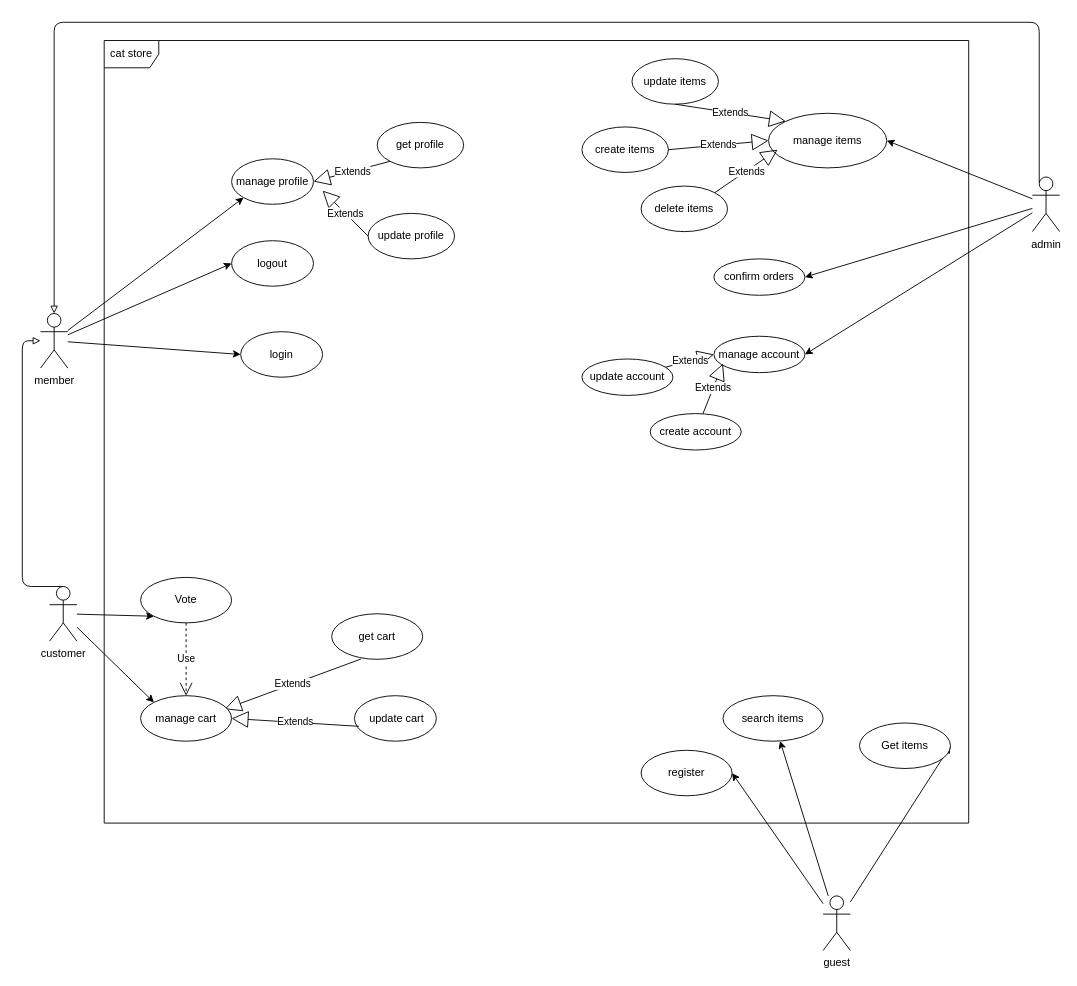
anh0701/cat-store keeps this draw.io diagram as page "use case" (1 of 3) of docs/cat-store.drawio. Above is the earlier version. Source tidied: cells renumbered, new cells numbered last; positions are measured from the earlier drawing's top-left corner, leaving out a move shared by most shapes. Both pictures are drawn from the tidied source at 91%, with x=0, y=0 at pixel (22, 22).
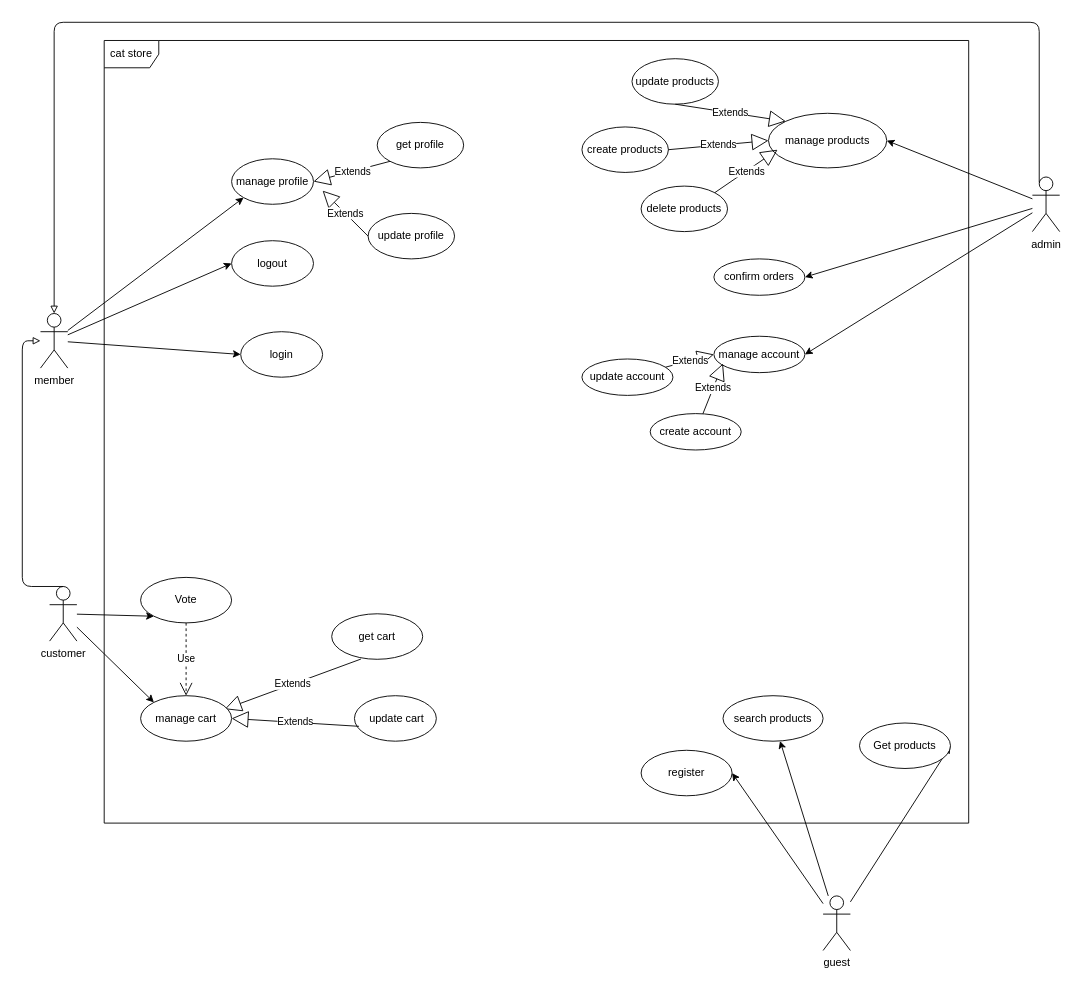
The same page after the edit.

Change to the diagram source:
```diff
@@
-    <mxCell id="20" value="update items" style="ellipse;whiteSpace=wrap;html=1;" parent="1" vertex="1">
+    <mxCell id="20" value="update products" style="ellipse;whiteSpace=wrap;html=1;" parent="1" vertex="1">
       <mxGeometry x="670" y="40" width="95" height="50" as="geometry" />
     </mxCell>
@@
-    <mxCell id="23" value="search items" style="ellipse;whiteSpace=wrap;html=1;" parent="1" vertex="1">
+    <mxCell id="23" value="search products" style="ellipse;whiteSpace=wrap;html=1;" parent="1" vertex="1">
       <mxGeometry x="770" y="740" width="110" height="50" as="geometry" />
     </mxCell>
-    <mxCell id="24" value="manage items" style="ellipse;whiteSpace=wrap;html=1;" parent="1" vertex="1">
+    <mxCell id="24" value="manage products" style="ellipse;whiteSpace=wrap;html=1;" parent="1" vertex="1">
       <mxGeometry x="820" y="100" width="130" height="60" as="geometry" />
     </mxCell>
@@
-    <mxCell id="31" value="Get items" style="ellipse;whiteSpace=wrap;html=1;" parent="1" vertex="1">
+    <mxCell id="31" value="Get products" style="ellipse;whiteSpace=wrap;html=1;" parent="1" vertex="1">
       <mxGeometry x="920" y="770" width="100" height="50" as="geometry" />
     </mxCell>
@@
-    <mxCell id="39" value="create items" style="ellipse;whiteSpace=wrap;html=1;" parent="1" vertex="1">
+    <mxCell id="39" value="create products" style="ellipse;whiteSpace=wrap;html=1;" parent="1" vertex="1">
       <mxGeometry x="615" y="115" width="95" height="50" as="geometry" />
     </mxCell>
-    <mxCell id="40" value="delete items" style="ellipse;whiteSpace=wrap;html=1;" parent="1" vertex="1">
+    <mxCell id="40" value="delete products" style="ellipse;whiteSpace=wrap;html=1;" parent="1" vertex="1">
       <mxGeometry x="680" y="180" width="95" height="50" as="geometry" />
     </mxCell>
```
